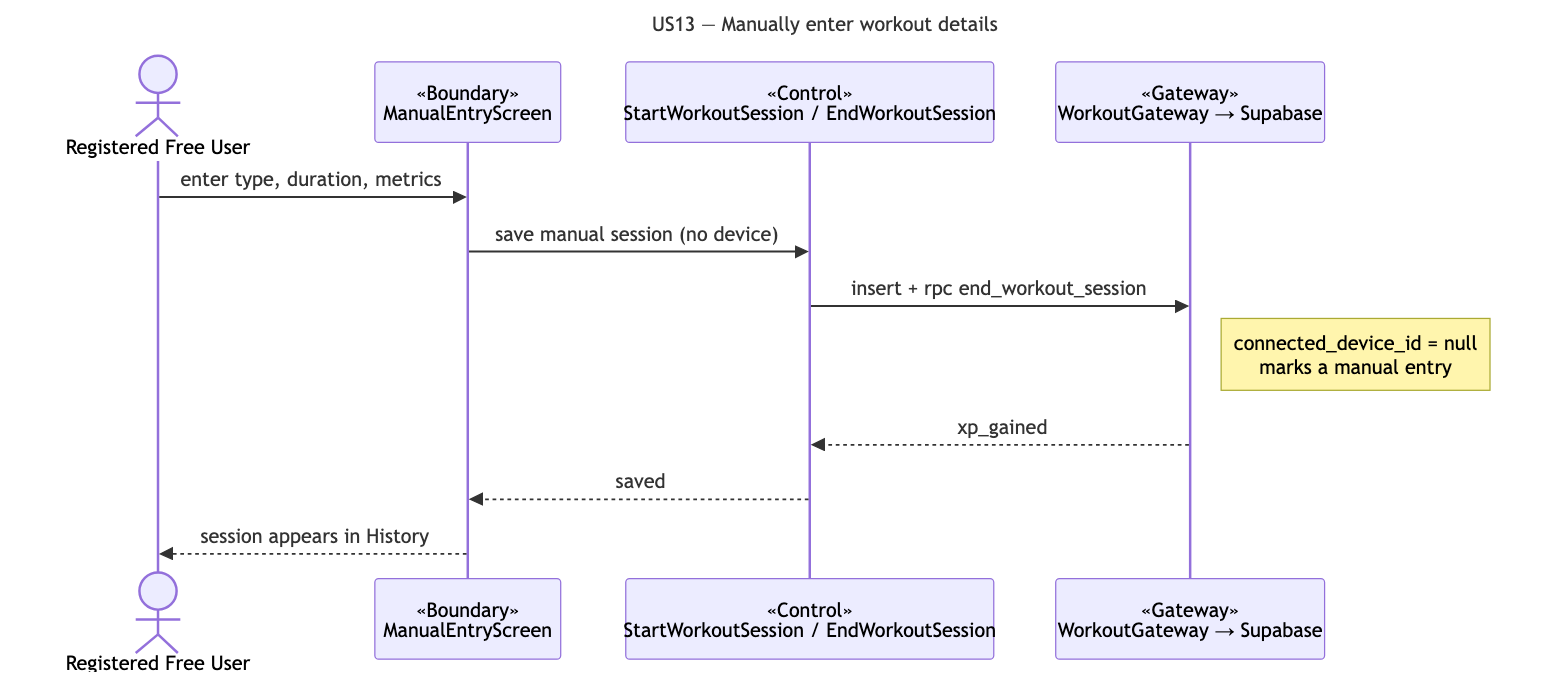
cyuanjun/FYP-26-S2-37-app keeps this Mermaid diagram as docs/deliverables/sequence-diagrams/US13-manual-entry.png. Above is the earlier version. Its source is kept beside it as docs/deliverables/sequence-diagrams/src/US13-manual-entry.mmd.
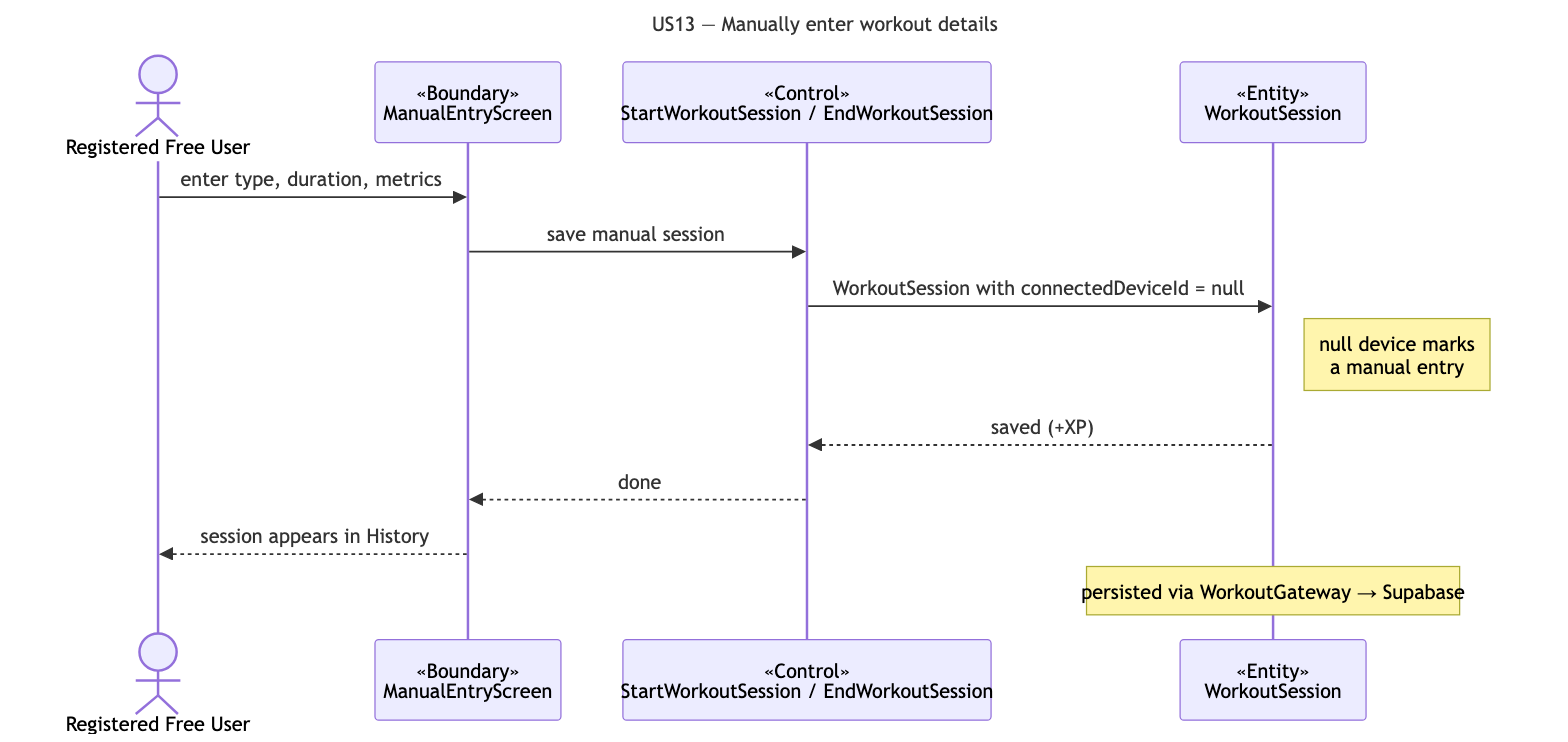
After the change.

Change to the diagram source:
```diff
@@ -5,11 +5,12 @@
   actor A as Registered Free User
   participant B as «Boundary»<br/>ManualEntryScreen
   participant C as «Control»<br/>StartWorkoutSession / EndWorkoutSession
-  participant G as «Gateway»<br/>WorkoutGateway → Supabase
+  participant E as «Entity»<br/>WorkoutSession
   A->>B: enter type, duration, metrics
-  B->>C: save manual session (no device)
-  C->>G: insert + rpc end_workout_session
-  note right of G: connected_device_id = null<br/>marks a manual entry
-  G-->>C: xp_gained
-  C-->>B: saved
+  B->>C: save manual session
+  C->>E: WorkoutSession with connectedDeviceId = null
+  note right of E: null device marks<br/>a manual entry
+  E-->>C: saved (+XP)
+  C-->>B: done
   B-->>A: session appears in History
+  note over E: persisted via WorkoutGateway → Supabase
```
